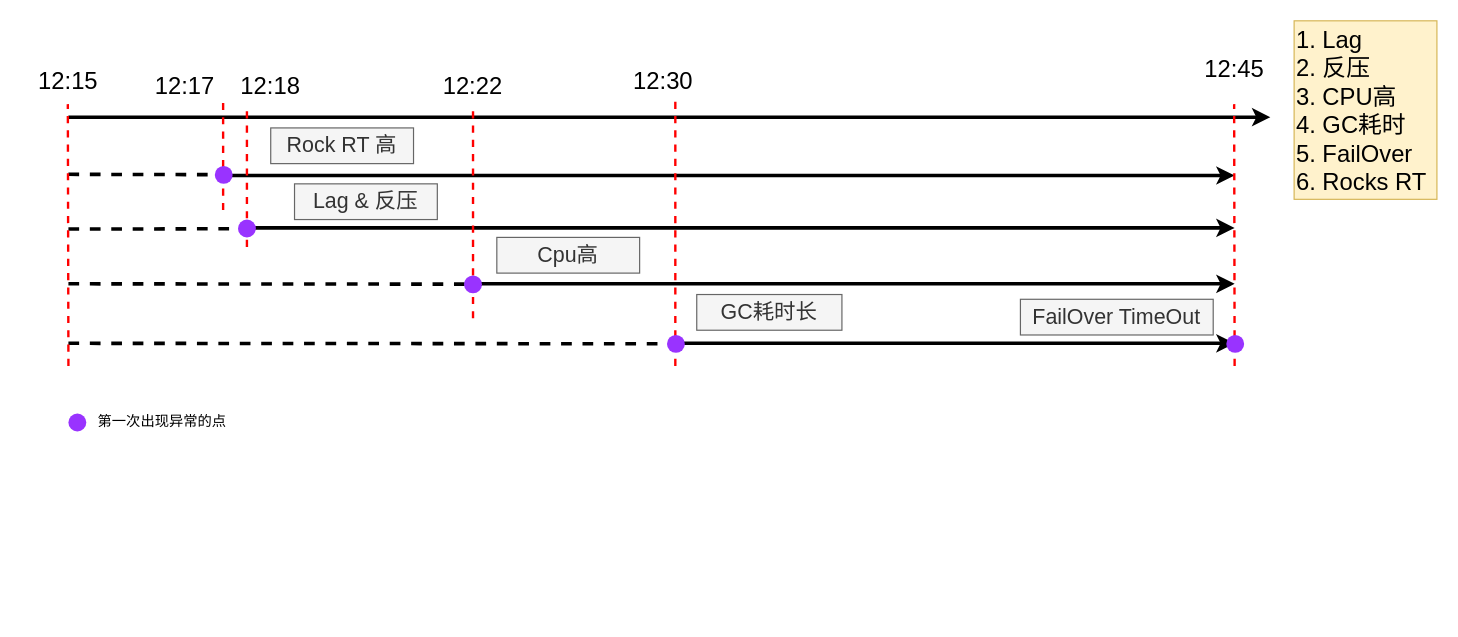
The draw.io diagram daily-works/flink/Flink-Diagnosis.drawio in imperio-wxm/draw, before the edit. Source tidied: cells renumbered, new cells numbered last; positions are measured from the earlier drawing's top-left corner, leaving out a move shared by most shapes. Both pictures are drawn from the tidied source at 119%, with x=0, y=0 at pixel (20, 20).
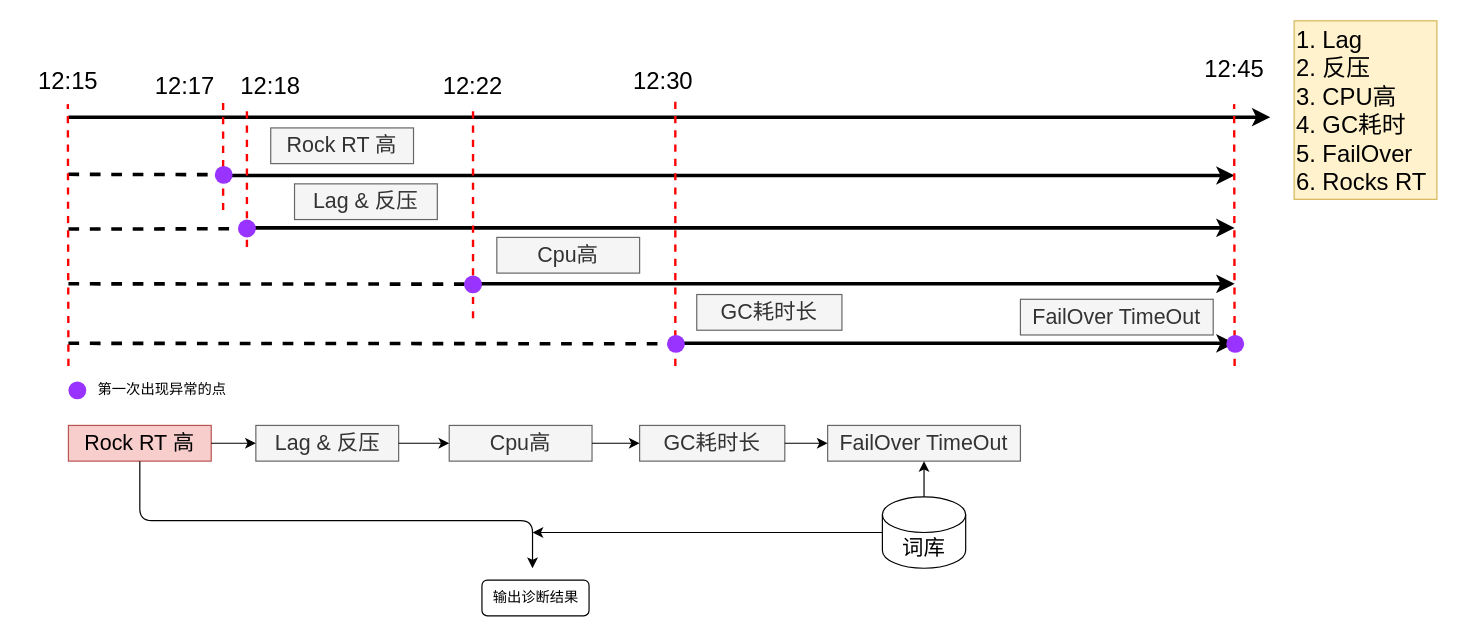
After the change.

The edit, as a diff of the source:
```diff
@@
     <mxCell id="35" style="ellipse;whiteSpace=wrap;html=1;strokeColor=none;fillColor=#9933FF;" parent="1" vertex="1">
-      <mxGeometry x="40" y="330" width="15" height="15" as="geometry" />
+      <mxGeometry x="40" y="303" width="15" height="15" as="geometry" />
     </mxCell>
     <mxCell id="36" value="第一次出现异常的点" style="text;html=1;strokeColor=none;fillColor=none;align=center;verticalAlign=middle;whiteSpace=wrap;rounded=0;strokeWidth=2;" parent="1" vertex="1">
-      <mxGeometry x="44" y="327" width="150" height="20" as="geometry" />
+      <mxGeometry x="44" y="300" width="150" height="20" as="geometry" />
     </mxCell>
+    <mxCell id="37" value="&lt;font style=&quot;font-size: 18px&quot;&gt;Rock RT 高&lt;/font&gt;" style="text;html=1;strokeColor=#b85450;fillColor=#f8cecc;align=center;verticalAlign=middle;whiteSpace=wrap;rounded=0;" parent="1" vertex="1">
+      <mxGeometry x="40" y="340" width="120" height="30" as="geometry" />
+    </mxCell>
+    <mxCell id="38" value="&lt;font style=&quot;font-size: 18px&quot;&gt;Lag &amp;amp; 反压&lt;/font&gt;" style="text;html=1;strokeColor=#666666;fillColor=#f5f5f5;align=center;verticalAlign=middle;whiteSpace=wrap;rounded=0;fontColor=#333333;" parent="1" vertex="1">
+      <mxGeometry x="197.5" y="340" width="120" height="30" as="geometry" />
+    </mxCell>
+    <mxCell id="39" value="&lt;span style=&quot;font-size: 18px&quot;&gt;Cpu高&lt;/span&gt;" style="text;html=1;strokeColor=#666666;fillColor=#f5f5f5;align=center;verticalAlign=middle;whiteSpace=wrap;rounded=0;fontColor=#333333;" parent="1" vertex="1">
+      <mxGeometry x="360" y="340" width="120" height="30" as="geometry" />
+    </mxCell>
+    <mxCell id="40" value="&lt;span style=&quot;font-size: 18px&quot;&gt;GC耗时长&lt;/span&gt;" style="text;html=1;strokeColor=#666666;fillColor=#f5f5f5;align=center;verticalAlign=middle;whiteSpace=wrap;rounded=0;fontColor=#333333;" parent="1" vertex="1">
+      <mxGeometry x="520" y="340" width="122" height="30" as="geometry" />
+    </mxCell>
+    <mxCell id="41" value="&lt;span style=&quot;font-size: 18px&quot;&gt;FailOver TimeOut&lt;/span&gt;" style="text;html=1;strokeColor=#666666;fillColor=#f5f5f5;align=center;verticalAlign=middle;whiteSpace=wrap;rounded=0;fontColor=#333333;" parent="1" vertex="1">
+      <mxGeometry x="678" y="340" width="162" height="30" as="geometry" />
+    </mxCell>
+    <mxCell id="42" style="endArrow=classic;html=1;strokeColor=#000000;strokeWidth=1;exitX=1;exitY=0.5;exitDx=0;exitDy=0;" parent="1" edge="1" source="37" target="38">
+      <mxGeometry relative="1" as="geometry" />
+    </mxCell>
+    <mxCell id="43" style="endArrow=classic;html=1;strokeColor=#000000;strokeWidth=1;exitX=1;exitY=0.5;exitDx=0;exitDy=0;entryX=0;entryY=0.5;entryDx=0;entryDy=0;" parent="1" edge="1" source="38" target="39">
+      <mxGeometry relative="1" as="geometry" />
+    </mxCell>
+    <mxCell id="44" style="endArrow=classic;html=1;strokeColor=#000000;strokeWidth=1;exitX=1;exitY=0.5;exitDx=0;exitDy=0;entryX=0;entryY=0.5;entryDx=0;entryDy=0;" parent="1" edge="1" source="39" target="40">
+      <mxGeometry relative="1" as="geometry" />
+    </mxCell>
+    <mxCell id="45" style="endArrow=classic;html=1;strokeColor=#000000;strokeWidth=1;exitX=1;exitY=0.5;exitDx=0;exitDy=0;entryX=0;entryY=0.5;entryDx=0;entryDy=0;" parent="1" edge="1" source="40" target="41">
+      <mxGeometry relative="1" as="geometry" />
+    </mxCell>
+    <mxCell id="46" value="&lt;font style=&quot;font-size: 18px&quot;&gt;词库&lt;/font&gt;" style="shape=cylinder3;whiteSpace=wrap;html=1;boundedLbl=1;backgroundOutline=1;size=15;strokeWidth=1;gradientColor=none;" parent="1" vertex="1">
+      <mxGeometry x="724" y="400" width="70" height="60" as="geometry" />
+    </mxCell>
+    <mxCell id="47" style="endArrow=classic;html=1;strokeColor=#000000;strokeWidth=1;exitX=0.5;exitY=0;exitDx=0;exitDy=0;exitPerimeter=0;entryX=0.5;entryY=1;entryDx=0;entryDy=0;" parent="1" edge="1" source="46" target="41">
+      <mxGeometry relative="1" as="geometry" />
+    </mxCell>
+    <mxCell id="48" style="edgeStyle=elbowEdgeStyle;elbow=vertical;endArrow=classic;html=1;strokeColor=#000000;strokeWidth=1;exitX=0.5;exitY=1;exitDx=0;exitDy=0;" parent="1" edge="1" source="37">
+      <mxGeometry relative="1" as="geometry">
+        <mxPoint x="430" y="460" as="targetPoint" />
+        <Array as="points">
+          <mxPoint x="260" y="420" />
+        </Array>
+      </mxGeometry>
+    </mxCell>
+    <mxCell id="49" style="endArrow=classic;html=1;strokeColor=#000000;strokeWidth=1;exitX=0;exitY=0.5;exitDx=0;exitDy=0;exitPerimeter=0;" parent="1" edge="1" source="46">
+      <mxGeometry relative="1" as="geometry">
+        <mxPoint x="430" y="430" as="targetPoint" />
+      </mxGeometry>
+    </mxCell>
+    <mxCell id="50" value="输出诊断结果" style="rounded=1;whiteSpace=wrap;html=1;strokeWidth=1;fillColor=#ffffff;gradientColor=none;" parent="1" vertex="1">
+      <mxGeometry x="387.5" y="470" width="90" height="30" as="geometry" />
+    </mxCell>
```
